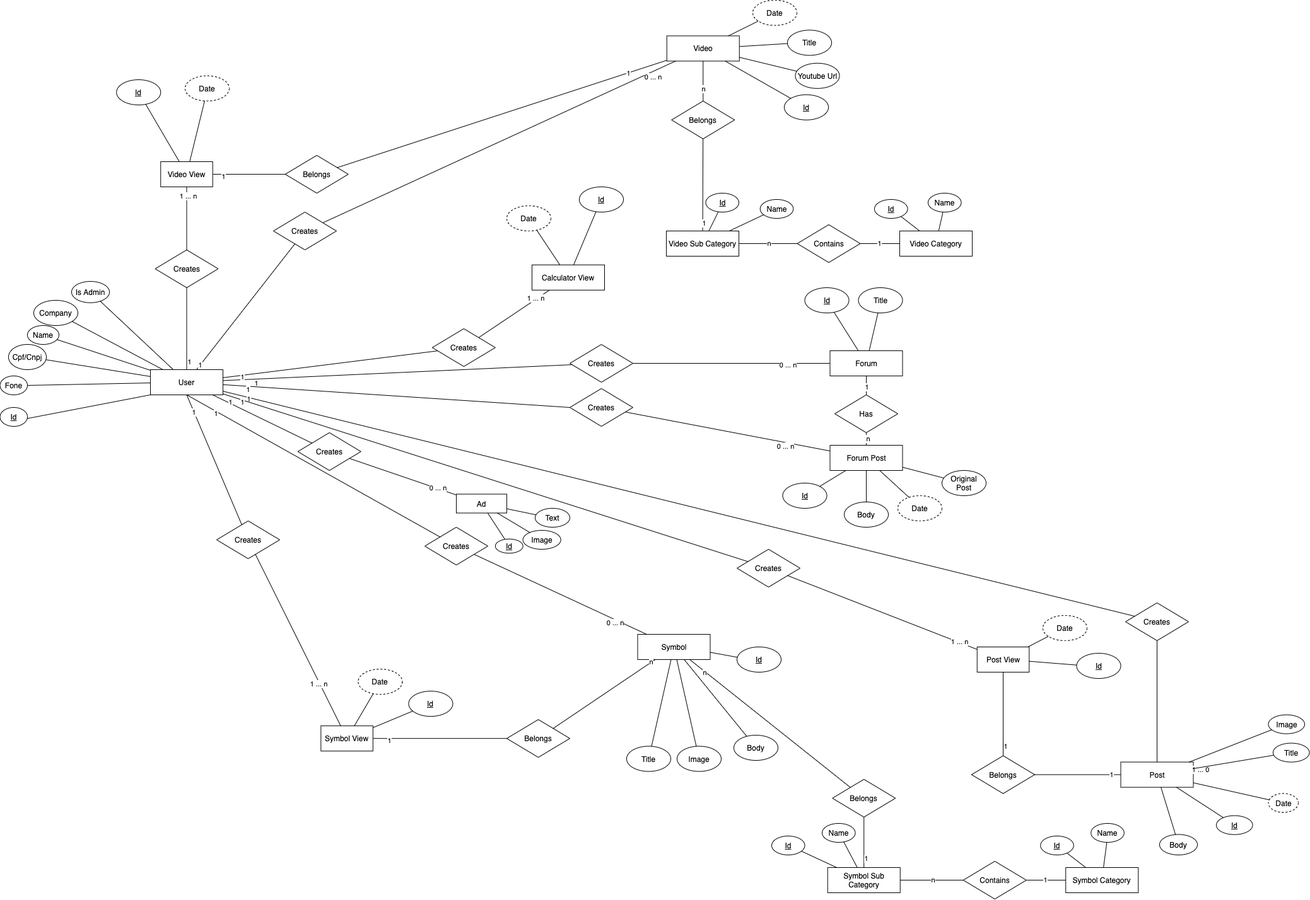
Earlier version of the draw.io export Artefatos/MER_2i.png (icei-pucminas/plf-es-2020-2-tiiv-8499100-2i). Source tidied: cells renumbered, new cells last; positions are measured from the earlier drawing's top-left corner, leaving out a move shared by most shapes.
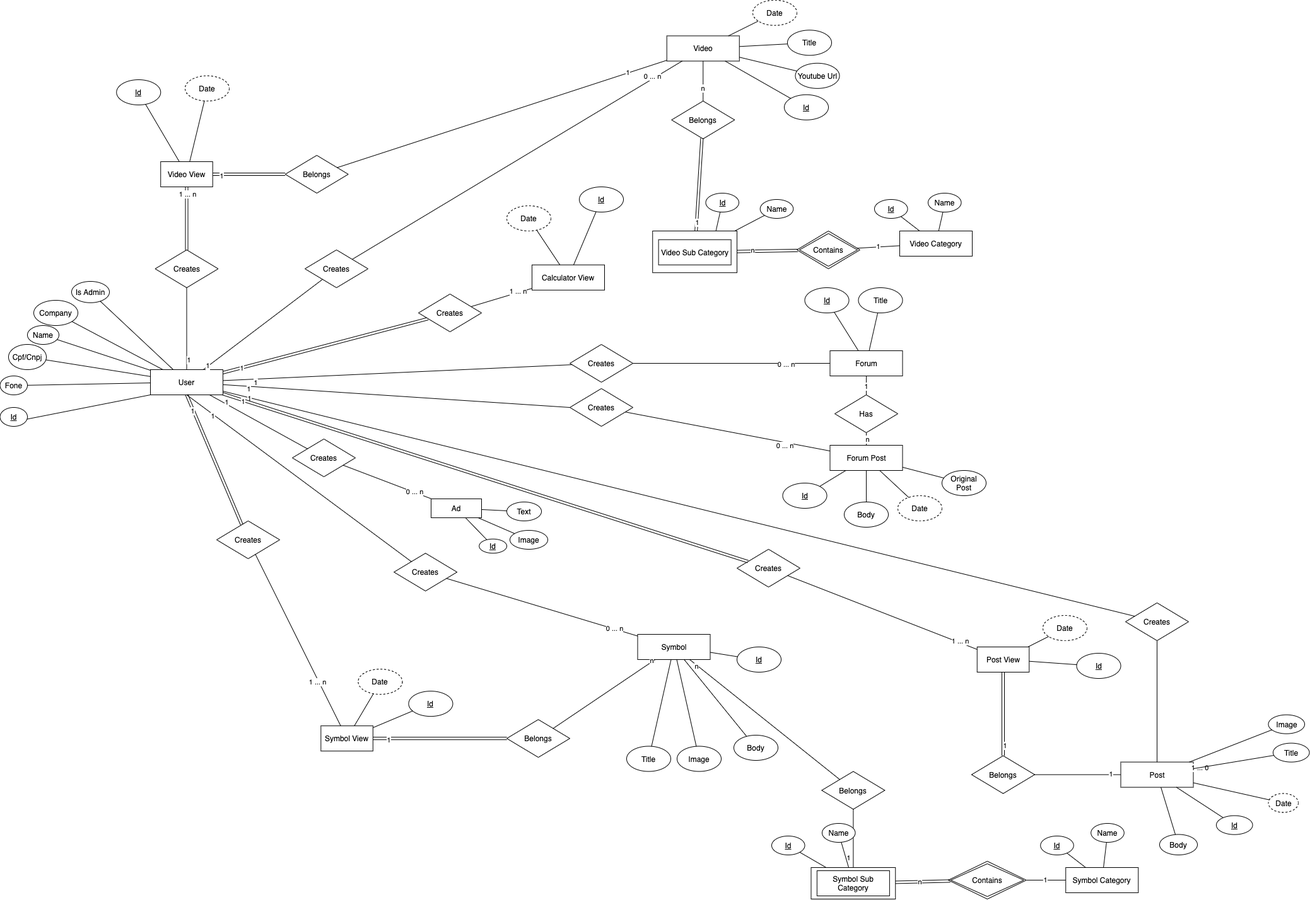
After the commit.

Commit message:
atualizando MER

Diff of the diagram source:
```diff
@@ -107,10 +107,10 @@
       <mxGeometry x="1784" y="956" width="100" height="60" as="geometry" />
     </mxCell>
     <mxCell id="34" value="Creates" style="rhombus;whiteSpace=wrap;html=1;" parent="1" vertex="1">
-      <mxGeometry x="433" y="336" width="100" height="60" as="geometry" />
+      <mxGeometry x="483" y="396" width="100" height="60" as="geometry" />
     </mxCell>
     <mxCell id="35" value="Creates" style="rhombus;whiteSpace=wrap;html=1;" parent="1" vertex="1">
-      <mxGeometry x="673" y="836" width="100" height="60" as="geometry" />
+      <mxGeometry x="624.1" y="877.2" width="100" height="60" as="geometry" />
     </mxCell>
     <mxCell id="36" style="edgeStyle=none;rounded=0;jettySize=auto;html=1;startArrow=none;startFill=0;endArrow=none;endFill=0;" parent="1" edge="1" source="33" target="2">
       <mxGeometry relative="1" as="geometry" />
@@ -263,7 +263,7 @@
     <mxCell id="84" value="Calculator View" style="rounded=0;whiteSpace=wrap;html=1;" parent="1" vertex="1">
       <mxGeometry x="843" y="419.8" width="115" height="40" as="geometry" />
     </mxCell>
-    <mxCell id="85" style="edgeStyle=none;rounded=0;jettySize=auto;html=1;startArrow=none;startFill=0;endArrow=none;endFill=0;" parent="1" edge="1" source="93" target="2">
+    <mxCell id="85" style="edgeStyle=none;rounded=0;jettySize=auto;html=1;startArrow=none;startFill=0;endArrow=none;endFill=0;shape=link;" parent="1" edge="1" source="93" target="2">
       <mxGeometry relative="1" as="geometry" />
     </mxCell>
     <mxCell id="86" value="1" style="edgeLabel;html=1;align=center;verticalAlign=middle;" parent="85" vertex="1">
@@ -292,7 +292,7 @@
       <mxGeometry relative="1" as="geometry" />
     </mxCell>
     <mxCell id="93" value="Creates" style="rhombus;whiteSpace=wrap;html=1;" parent="1" vertex="1">
-      <mxGeometry x="684.9" y="521" width="100" height="60" as="geometry" />
+      <mxGeometry x="663" y="466" width="100" height="60" as="geometry" />
     </mxCell>
     <mxCell id="94" value="Video Category" style="rounded=0;whiteSpace=wrap;html=1;" parent="1" vertex="1">
       <mxGeometry x="1426" y="366" width="115" height="40" as="geometry" />
@@ -314,26 +314,23 @@
         <mxPoint x="-1.3" y="-1.3" as="offset" />
       </mxGeometry>
     </mxCell>
-    <mxCell id="100" style="edgeStyle=none;rounded=0;jettySize=auto;html=1;startArrow=none;startFill=0;endArrow=none;endFill=0;" parent="1" edge="1" source="97" target="102">
+    <mxCell id="100" style="edgeStyle=none;rounded=0;jettySize=auto;html=1;startArrow=none;startFill=0;endArrow=none;endFill=0;shape=link;" parent="1" edge="1" source="97" target="193">
       <mxGeometry relative="1" as="geometry" />
     </mxCell>
     <mxCell id="101" value="1" style="edgeLabel;html=1;align=center;verticalAlign=middle;" parent="100" vertex="1">
       <mxGeometry x="0.82" relative="1" as="geometry" />
     </mxCell>
-    <mxCell id="102" value="Video Sub Category" style="rounded=0;whiteSpace=wrap;html=1;" parent="1" vertex="1">
-      <mxGeometry x="1056" y="366" width="115" height="40" as="geometry" />
-    </mxCell>
-    <mxCell id="103" value="Contains" style="rhombus;whiteSpace=wrap;html=1;" parent="1" vertex="1">
-      <mxGeometry x="1263.5" y="356" width="100" height="60" as="geometry" />
+    <mxCell id="103" value="Contains" style="rhombus;whiteSpace=wrap;html=1;double=1;arcSize=40;fillOpacity=50;" parent="1" vertex="1">
+      <mxGeometry x="1263" y="366" width="100" height="60" as="geometry" />
     </mxCell>
     <mxCell id="104" value="1" style="edgeStyle=none;rounded=0;jettySize=auto;html=1;startArrow=none;startFill=0;endArrow=none;endFill=0;" parent="1" edge="1" source="94" target="103">
       <mxGeometry relative="1" as="geometry" />
     </mxCell>
-    <mxCell id="105" value="n" style="edgeStyle=none;rounded=0;jettySize=auto;html=1;startArrow=none;startFill=0;endArrow=none;endFill=0;" parent="1" edge="1" source="102" target="103">
-      <mxGeometry relative="1" as="geometry" />
+    <mxCell id="105" value="n" style="edgeStyle=none;rounded=0;jettySize=auto;html=1;startArrow=none;startFill=0;endArrow=none;endFill=0;shape=link;" parent="1" edge="1" source="102" target="103">
+      <mxGeometry x="-0.35" y="1" relative="1" as="geometry" />
     </mxCell>
     <mxCell id="106" value="0 ... n" style="edgeLabel;html=1;align=center;verticalAlign=middle;" parent="1" vertex="1">
-      <mxGeometry x="973" y="986" as="geometry" />
+      <mxGeometry x="973" y="996" as="geometry" />
     </mxCell>
     <mxCell id="107" value="Symbol Category" style="rounded=0;whiteSpace=wrap;html=1;" parent="1" vertex="1">
       <mxGeometry x="1689.2" y="1376" width="115" height="40" as="geometry" />
@@ -345,29 +342,23 @@
       <mxGeometry relative="1" as="geometry" />
     </mxCell>
     <mxCell id="110" value="Belongs" style="rhombus;whiteSpace=wrap;html=1;" parent="1" vertex="1">
-      <mxGeometry x="1319.2" y="1236" width="100" height="60" as="geometry" />
+      <mxGeometry x="1302.4" y="1223.5" width="100" height="60" as="geometry" />
     </mxCell>
     <mxCell id="111" style="edgeStyle=none;rounded=0;jettySize=auto;html=1;startArrow=none;startFill=0;endArrow=none;endFill=0;" parent="1" edge="1" source="110" target="114">
       <mxGeometry relative="1" as="geometry" />
     </mxCell>
     <mxCell id="112" value="1" style="edgeLabel;html=1;align=center;verticalAlign=middle;" parent="111" vertex="1">
       <mxGeometry x="-0.18" y="2" relative="1" as="geometry">
-        <mxPoint x="-2" y="72.5" as="offset" />
+        <mxPoint x="-10.3" y="36.1" as="offset" />
       </mxGeometry>
     </mxCell>
-    <mxCell id="113" value="1" style="edgeLabel;html=1;align=center;verticalAlign=middle;" parent="111" vertex="1">
-      <mxGeometry x="0.64" y="2" relative="1" as="geometry" />
-    </mxCell>
-    <mxCell id="114" value="Symbol Sub Category" style="rounded=0;whiteSpace=wrap;html=1;" parent="1" vertex="1">
-      <mxGeometry x="1311.8" y="1376" width="115" height="40" as="geometry" />
-    </mxCell>
-    <mxCell id="115" value="Contains" style="rhombus;whiteSpace=wrap;html=1;" parent="1" vertex="1">
-      <mxGeometry x="1526.8" y="1366" width="100" height="60" as="geometry" />
+    <mxCell id="115" value="Contains" style="rhombus;whiteSpace=wrap;html=1;double=1;" parent="1" vertex="1">
+      <mxGeometry x="1503" y="1366" width="123.8" height="60" as="geometry" />
     </mxCell>
-    <mxCell id="116" value="1" style="edgeStyle=none;rounded=0;jettySize=auto;html=1;startArrow=none;startFill=0;endArrow=none;endFill=0;" parent="1" edge="1" source="107" target="115">
+    <mxCell id="116" value="1" style="edgeStyle=none;rounded=0;jettySize=auto;html=1;startArrow=none;startFill=0;endArrow=none;endFill=0;shadow=0;sketch=0;" parent="1" edge="1" source="107" target="115">
       <mxGeometry relative="1" as="geometry" />
     </mxCell>
-    <mxCell id="117" value="n" style="edgeStyle=none;rounded=0;jettySize=auto;html=1;startArrow=none;startFill=0;endArrow=none;endFill=0;" parent="1" edge="1" source="114" target="115">
+    <mxCell id="117" value="n" style="edgeStyle=none;rounded=0;jettySize=auto;html=1;startArrow=none;startFill=0;endArrow=none;endFill=0;shape=link;" parent="1" edge="1" source="114" target="115">
       <mxGeometry relative="1" as="geometry" />
     </mxCell>
     <mxCell id="118" style="edgeStyle=none;rounded=0;jettySize=auto;html=1;startArrow=none;startFill=0;endArrow=none;endFill=0;" parent="1" edge="1" source="110" target="31">
@@ -408,16 +399,16 @@
     <mxCell id="129" value="Name" style="ellipse;whiteSpace=wrap;html=1;" parent="1" vertex="1">
       <mxGeometry x="1204.8" y="316" width="52.5" height="30" as="geometry" />
     </mxCell>
-    <mxCell id="130" style="edgeStyle=none;rounded=0;jettySize=auto;html=1;startArrow=none;startFill=0;endArrow=none;endFill=0;" parent="1" edge="1" source="102" target="128">
+    <mxCell id="130" style="edgeStyle=none;rounded=0;jettySize=auto;html=1;startArrow=none;startFill=0;endArrow=none;endFill=0;exitX=0.75;exitY=0;exitDx=0;exitDy=0;" parent="1" edge="1" source="193" target="128">
       <mxGeometry relative="1" as="geometry" />
     </mxCell>
-    <mxCell id="131" style="edgeStyle=none;rounded=0;jettySize=auto;html=1;startArrow=none;startFill=0;endArrow=none;endFill=0;" parent="1" edge="1" source="102" target="129">
+    <mxCell id="131" style="edgeStyle=none;rounded=0;jettySize=auto;html=1;startArrow=none;startFill=0;endArrow=none;endFill=0;" parent="1" edge="1" source="193" target="129">
       <mxGeometry relative="1" as="geometry" />
     </mxCell>
     <mxCell id="132" value="Creates" style="rhombus;whiteSpace=wrap;html=1;" parent="1" vertex="1">
       <mxGeometry x="1168" y="871" width="100" height="60" as="geometry" />
     </mxCell>
-    <mxCell id="133" style="edgeStyle=none;rounded=0;jettySize=auto;html=1;startArrow=none;startFill=0;endArrow=none;endFill=0;" parent="1" edge="1" source="132" target="2">
+    <mxCell id="133" style="edgeStyle=none;rounded=0;jettySize=auto;html=1;startArrow=none;startFill=0;endArrow=none;endFill=0;shape=link;" parent="1" edge="1" source="132" target="2">
       <mxGeometry relative="1" as="geometry" />
     </mxCell>
     <mxCell id="134" value="1" style="edgeLabel;html=1;align=center;verticalAlign=middle;" parent="133" vertex="1">
@@ -466,7 +457,7 @@
     <mxCell id="147" style="edgeStyle=none;rounded=0;jettySize=auto;html=1;startArrow=none;startFill=0;endArrow=none;endFill=0;" parent="1" edge="1" source="146" target="143">
       <mxGeometry relative="1" as="geometry" />
     </mxCell>
-    <mxCell id="148" style="edgeStyle=none;rounded=0;jettySize=auto;html=1;startArrow=none;startFill=0;endArrow=none;endFill=0;" parent="1" edge="1" source="143" target="142">
+    <mxCell id="148" style="edgeStyle=none;rounded=0;jettySize=auto;html=1;startArrow=none;startFill=0;endArrow=none;endFill=0;shape=link;" parent="1" edge="1" source="143" target="142">
       <mxGeometry relative="1" as="geometry" />
     </mxCell>
     <mxCell id="149" value="1 ... n" style="edgeLabel;html=1;align=center;verticalAlign=middle;" parent="148" vertex="1">
@@ -506,7 +497,7 @@
         <mxPoint x="-0.7" y="3.3" as="offset" />
       </mxGeometry>
     </mxCell>
-    <mxCell id="160" style="edgeStyle=none;rounded=0;jettySize=auto;html=1;startArrow=none;startFill=0;endArrow=none;endFill=0;entryX=0.5;entryY=1;entryDx=0;entryDy=0;" parent="1" edge="1" source="152" target="2">
+    <mxCell id="160" style="edgeStyle=none;rounded=0;jettySize=auto;html=1;startArrow=none;startFill=0;endArrow=none;endFill=0;entryX=0.5;entryY=1;entryDx=0;entryDy=0;shape=link;" parent="1" edge="1" source="152" target="2">
       <mxGeometry relative="1" as="geometry" />
     </mxCell>
     <mxCell id="161" value="1" style="edgeLabel;html=1;align=center;verticalAlign=middle;" parent="160" vertex="1">
@@ -521,7 +512,7 @@
     <mxCell id="164" value="Belongs" style="rhombus;whiteSpace=wrap;html=1;" parent="1" vertex="1">
       <mxGeometry x="803" y="1141.2" width="100" height="60" as="geometry" />
     </mxCell>
-    <mxCell id="165" style="edgeStyle=none;rounded=0;jettySize=auto;html=1;startArrow=none;startFill=0;endArrow=none;endFill=0;" parent="1" edge="1" source="164" target="153">
+    <mxCell id="165" style="edgeStyle=none;rounded=0;jettySize=auto;html=1;startArrow=none;startFill=0;endArrow=none;endFill=0;shape=link;" parent="1" edge="1" source="164" target="153">
       <mxGeometry relative="1" as="geometry" />
     </mxCell>
     <mxCell id="166" value="1" style="edgeLabel;html=1;align=center;verticalAlign=middle;" parent="165" vertex="1">
@@ -533,7 +524,7 @@
     <mxCell id="168" value="n" style="edgeLabel;html=1;align=center;verticalAlign=middle;" parent="167" vertex="1">
       <mxGeometry x="-0.93" y="-3" relative="1" as="geometry" />
     </mxCell>
-    <mxCell id="169" style="edgeStyle=none;rounded=0;jettySize=auto;html=1;startArrow=none;startFill=0;endArrow=none;endFill=0;" parent="1" edge="1" source="163" target="143">
+    <mxCell id="169" style="edgeStyle=none;rounded=0;jettySize=auto;html=1;startArrow=none;startFill=0;endArrow=none;endFill=0;shape=link;" parent="1" edge="1" source="163" target="143">
       <mxGeometry relative="1" as="geometry" />
     </mxCell>
     <mxCell id="170" value="1" style="edgeLabel;html=1;align=center;verticalAlign=middle;" parent="169" vertex="1">
@@ -545,7 +536,7 @@
     <mxCell id="172" value="1" style="edgeLabel;html=1;align=center;verticalAlign=middle;" parent="171" vertex="1">
       <mxGeometry x="0.76" y="2" relative="1" as="geometry" />
     </mxCell>
-    <mxCell id="173" style="edgeStyle=none;rounded=0;jettySize=auto;html=1;startArrow=none;startFill=0;endArrow=none;endFill=0;" parent="1" edge="1" source="135" target="162">
+    <mxCell id="173" style="edgeStyle=none;rounded=0;jettySize=auto;html=1;startArrow=none;startFill=0;endArrow=none;endFill=0;shape=link;" parent="1" edge="1" source="135" target="162">
       <mxGeometry relative="1" as="geometry" />
     </mxCell>
     <mxCell id="174" value="1" style="edgeLabel;html=1;align=center;verticalAlign=middle;" parent="173" vertex="1">
@@ -558,16 +549,16 @@
       <mxGeometry x="0.76" y="2" relative="1" as="geometry" />
     </mxCell>
     <mxCell id="177" value="Ad" style="rounded=0;whiteSpace=wrap;html=1;" parent="1" vertex="1">
-      <mxGeometry x="723" y="783.5" width="80" height="30" as="geometry" />
+      <mxGeometry x="683" y="791" width="80" height="30" as="geometry" />
     </mxCell>
     <mxCell id="178" value="&lt;u&gt;Id&lt;/u&gt;" style="ellipse;whiteSpace=wrap;html=1;" parent="1" vertex="1">
-      <mxGeometry x="784.9" y="854.8" width="43.8" height="22.5" as="geometry" />
+      <mxGeometry x="759.2" y="854.8" width="43.8" height="22.5" as="geometry" />
     </mxCell>
     <mxCell id="179" value="Image" style="ellipse;whiteSpace=wrap;html=1;" parent="1" vertex="1">
-      <mxGeometry x="828.6" y="841" width="60" height="30" as="geometry" />
+      <mxGeometry x="808" y="841" width="60" height="30" as="geometry" />
     </mxCell>
     <mxCell id="180" value="Text" style="ellipse;whiteSpace=wrap;html=1;" parent="1" vertex="1">
-      <mxGeometry x="848" y="806" width="55" height="30" as="geometry" />
+      <mxGeometry x="803" y="796" width="55" height="30" as="geometry" />
     </mxCell>
     <mxCell id="181" style="edgeStyle=none;rounded=0;jettySize=auto;html=1;startArrow=none;startFill=0;endArrow=none;endFill=0;" parent="1" edge="1" source="177" target="178">
       <mxGeometry relative="1" as="geometry" />
@@ -579,7 +570,7 @@
       <mxGeometry relative="1" as="geometry" />
     </mxCell>
     <mxCell id="184" value="&lt;span style=&quot;font-weight: normal&quot;&gt;Creates&lt;/span&gt;" style="rhombus;whiteSpace=wrap;html=1;fontStyle=1;" parent="1" vertex="1">
-      <mxGeometry x="471.8" y="686" width="100" height="60" as="geometry" />
+      <mxGeometry x="463" y="696" width="100" height="60" as="geometry" />
     </mxCell>
     <mxCell id="185" style="edgeStyle=none;rounded=0;jettySize=auto;html=1;startArrow=none;startFill=0;endArrow=none;endFill=0;" parent="1" edge="1" source="184" target="177">
       <mxGeometry relative="1" as="geometry" />
@@ -606,5 +597,17 @@
     <mxCell id="191" style="edgeStyle=none;rounded=0;jettySize=auto;html=1;endArrow=none;endFill=0;" parent="1" edge="1" source="190" target="2">
       <mxGeometry relative="1" as="geometry" />
     </mxCell>
+    <mxCell id="192" style="rounded=0;whiteSpace=wrap;html=1;gradientColor=#ffffff;absoluteArcSize=0;gradientDirection=north;perimeterSpacing=0;shadow=0;sketch=0;glass=0;" parent="1" vertex="1">
+      <mxGeometry x="1285.5" y="1376" width="133.8" height="50" as="geometry" />
+    </mxCell>
+    <mxCell id="114" value="Symbol Sub Category" style="rounded=0;whiteSpace=wrap;html=1;gradientColor=#ffffff;absoluteArcSize=0;gradientDirection=north;perimeterSpacing=0;shadow=0;sketch=0;glass=0;" parent="1" vertex="1">
+      <mxGeometry x="1294.9" y="1381" width="115" height="40" as="geometry" />
+    </mxCell>
+    <mxCell id="193" style="rounded=0;whiteSpace=wrap;html=1;" parent="1" vertex="1">
+      <mxGeometry x="1034.2" y="366" width="133.8" height="66.2" as="geometry" />
+    </mxCell>
+    <mxCell id="102" value="Video Sub Category" style="rounded=0;whiteSpace=wrap;html=1;" parent="1" vertex="1">
+      <mxGeometry x="1043.6" y="379.8" width="115" height="40" as="geometry" />
+    </mxCell>
   </root>
 </mxGraphModel>
```
